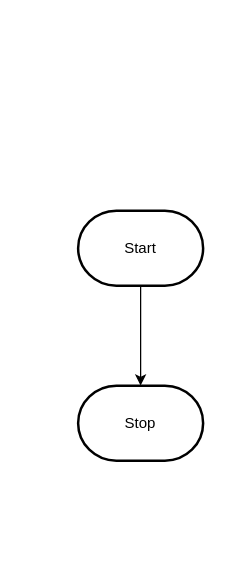
MTHS-ICS2O-2-2022/ICS2O-Unit-3-03-Bonnie-Zhu keeps this draw.io diagram as design/flowchart.drawio. Above is the earlier version. Source tidied: cells renumbered, new cells numbered last; positions are measured from the earlier drawing's top-left corner, leaving out a move shared by most shapes. Both pictures are drawn from the tidied source at 125%, with x=0, y=0 at pixel (78, 210).
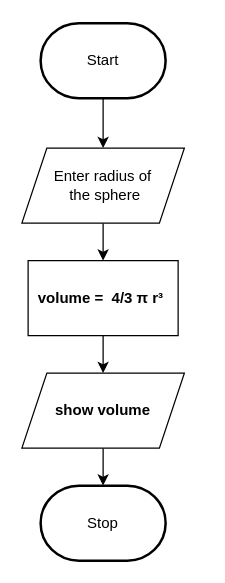
The same page after the edit.

Diff of the diagram source:
```diff
@@
 <mxGraphModel>
   <root>
     <mxCell id="0" />
     <mxCell id="1" parent="0" />
-    <mxCell id="2" style="edgeStyle=orthogonalEdgeStyle;html=1;rounded=0;" parent="1" edge="1" source="3" target="4">
-      <mxGeometry relative="1" as="geometry" />
-    </mxCell>
+    <mxCell id="5" style="edgeStyle=none;html=1;fontSize=12;fontColor=#FFFFFF;" parent="1" edge="1" source="3" target="2">
+      <mxGeometry relative="1" as="geometry" />
+    </mxCell>
     <mxCell id="3" value="Start" style="strokeWidth=2;html=1;shape=mxgraph.flowchart.terminator;whiteSpace=wrap;" parent="1" vertex="1">
-      <mxGeometry width="100" height="60" as="geometry" />
+      <mxGeometry x="-30" y="-150" width="100" height="60" as="geometry" />
     </mxCell>
     <mxCell id="4" value="Stop" style="strokeWidth=2;html=1;shape=mxgraph.flowchart.terminator;whiteSpace=wrap;" parent="1" vertex="1">
-      <mxGeometry y="140" width="100" height="60" as="geometry" />
+      <mxGeometry x="-30" y="220" width="100" height="60" as="geometry" />
     </mxCell>
+    <mxCell id="6" style="edgeStyle=none;html=1;exitX=0.5;exitY=1;exitDx=0;exitDy=0;entryX=0.5;entryY=0;entryDx=0;entryDy=0;fontSize=12;fontColor=#FFFFFF;" parent="1" edge="1" source="2" target="8">
+      <mxGeometry relative="1" as="geometry" />
+    </mxCell>
+    <mxCell id="2" value="&lt;font style=&quot;font-size: 12px;&quot;&gt;Enter radius of&lt;br&gt;&amp;nbsp;the sphere&lt;/font&gt;" style="shape=parallelogram;perimeter=parallelogramPerimeter;whiteSpace=wrap;html=1;fixedSize=1;" parent="1" vertex="1">
+      <mxGeometry x="-45" y="-50" width="130" height="60" as="geometry" />
+    </mxCell>
+    <mxCell id="7" style="edgeStyle=none;html=1;exitX=0.5;exitY=1;exitDx=0;exitDy=0;entryX=0.5;entryY=0;entryDx=0;entryDy=0;fontSize=12;fontColor=#FFFFFF;" parent="1" edge="1" source="8" target="10">
+      <mxGeometry relative="1" as="geometry" />
+    </mxCell>
+    <mxCell id="8" value="&lt;b&gt;&lt;span style=&quot;font-size: 12px;&quot;&gt;volume &lt;/span&gt;&lt;font style=&quot;font-size: 12px;&quot;&gt;&lt;span style=&quot;font-family: arial, sans-serif; text-align: start;&quot;&gt;=&amp;nbsp; 4/3 π r³&lt;/span&gt;&amp;nbsp;&lt;/font&gt;&lt;/b&gt;" style="rounded=0;whiteSpace=wrap;html=1;fontSize=10;" parent="1" vertex="1">
+      <mxGeometry x="-40" y="40" width="120" height="60" as="geometry" />
+    </mxCell>
+    <mxCell id="9" style="edgeStyle=none;html=1;exitX=0.5;exitY=1;exitDx=0;exitDy=0;fontSize=12;fontColor=#FFFFFF;" parent="1" edge="1" source="10" target="4">
+      <mxGeometry relative="1" as="geometry" />
+    </mxCell>
+    <mxCell id="10" value="&lt;font color=&quot;#000000&quot; style=&quot;font-size: 12px;&quot;&gt;&lt;b style=&quot;&quot;&gt;show volume&lt;/b&gt;&lt;/font&gt;" style="shape=parallelogram;perimeter=parallelogramPerimeter;whiteSpace=wrap;html=1;fixedSize=1;labelBackgroundColor=none;fontSize=9;fontColor=#FFFFFF;" parent="1" vertex="1">
+      <mxGeometry x="-45" y="130" width="130" height="60" as="geometry" />
+    </mxCell>
   </root>
 </mxGraphModel>
```
